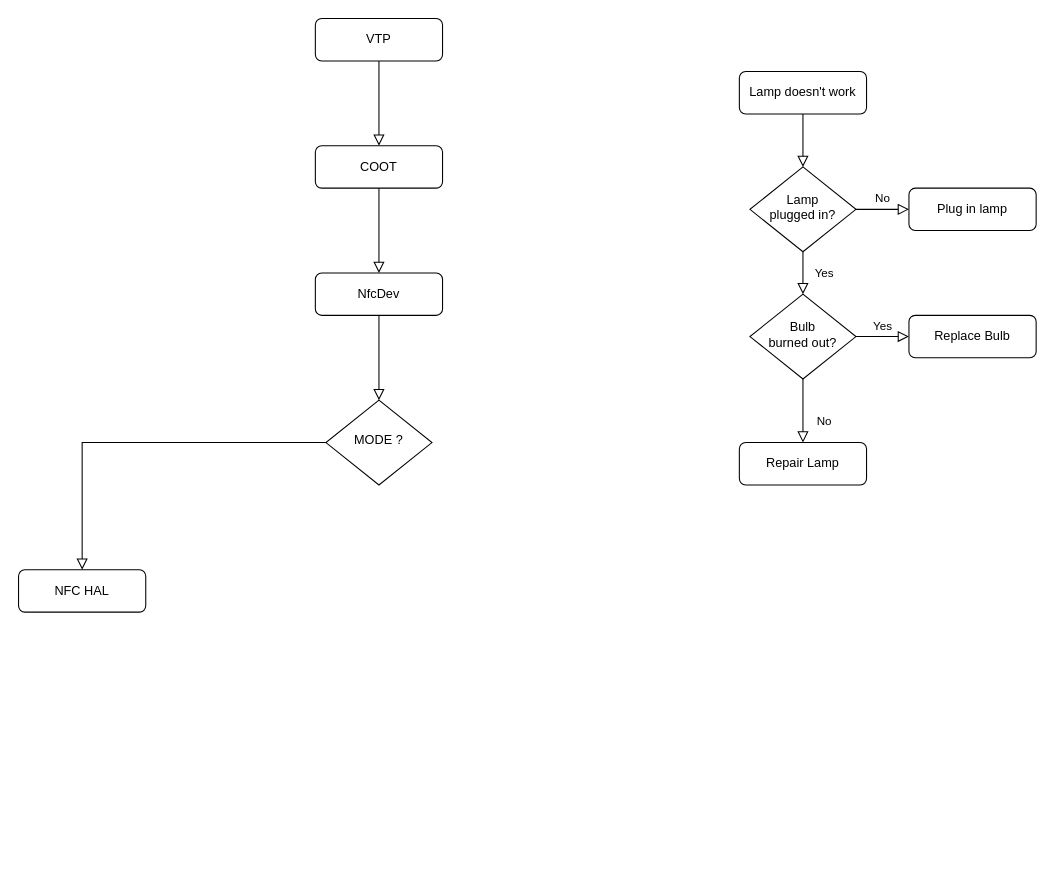
SuperSources/draw.io keeps this draw.io diagram as nfc_flow_chart/NfcDev-COOT.drawio. Above is the earlier version. Source tidied: cells renumbered, new cells numbered last; positions are measured from the earlier drawing's top-left corner, leaving out a move shared by most shapes. Both pictures are drawn from the tidied source at 106%, with x=0, y=0 at pixel (18, 18).
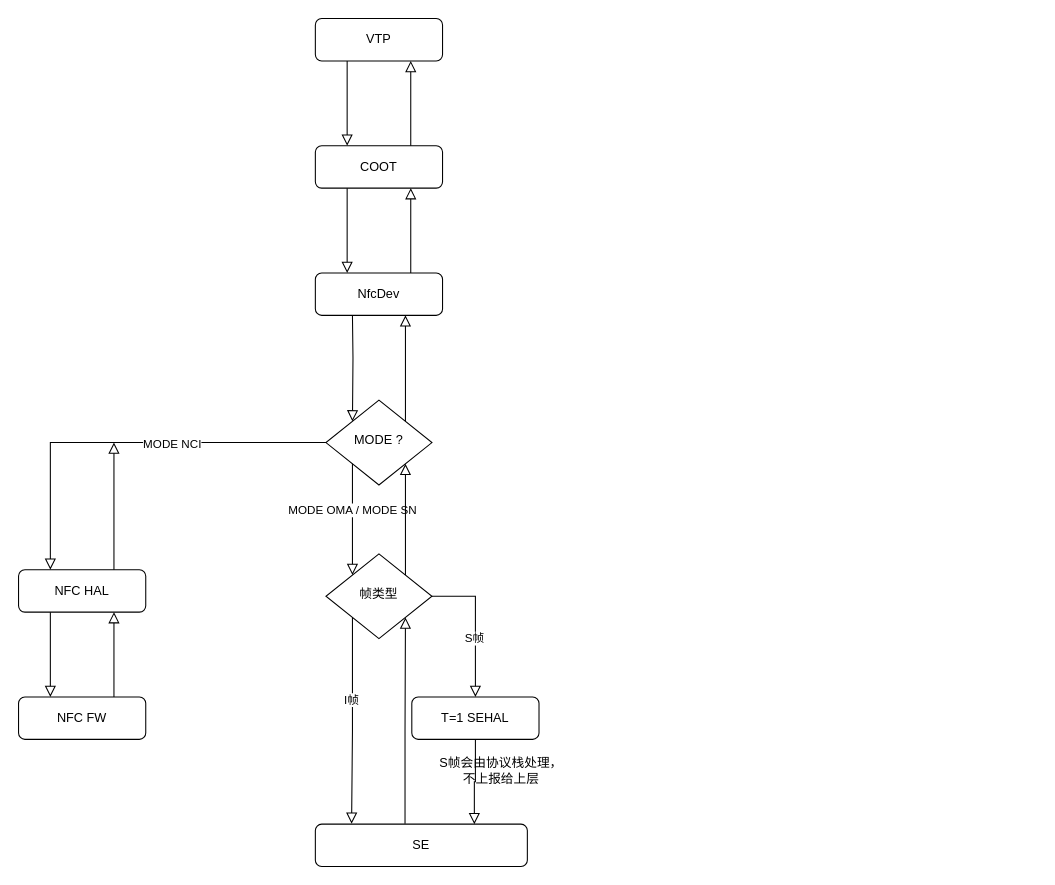
Above is the later version.

The change refers to these unchanged cells:
```xml
<mxCell id="13" value="VTP" style="rounded=1;whiteSpace=wrap;html=1;fontSize=12;glass=0;strokeWidth=1;shadow=0;" parent="1" vertex="1">
  <mxGeometry x="280" width="120" height="40" as="geometry" />
</mxCell>
<mxCell id="14" value="COOT" style="rounded=1;whiteSpace=wrap;html=1;fontSize=12;glass=0;strokeWidth=1;shadow=0;" parent="1" vertex="1">
  <mxGeometry x="280" y="120" width="120" height="40" as="geometry" />
</mxCell>
<mxCell id="15" value="NfcDev" style="rounded=1;whiteSpace=wrap;html=1;fontSize=12;glass=0;strokeWidth=1;shadow=0;" parent="1" vertex="1">
  <mxGeometry x="280" y="240" width="120" height="40" as="geometry" />
</mxCell>
<mxCell id="16" value="MODE ?" style="rhombus;whiteSpace=wrap;html=1;shadow=0;fontFamily=Helvetica;fontSize=12;align=center;strokeWidth=1;spacing=6;spacingTop=-4;" parent="1" vertex="1">
  <mxGeometry x="290" y="360" width="100" height="80" as="geometry" />
</mxCell>
<mxCell id="20" value="NFC HAL" style="rounded=1;whiteSpace=wrap;html=1;fontSize=12;glass=0;strokeWidth=1;shadow=0;" parent="1" vertex="1">
  <mxGeometry y="520" width="120" height="40" as="geometry" />
</mxCell>
```

Diff of the diagram source:
```diff
@@
-    <mxCell id="2" style="rounded=0;html=1;jettySize=auto;fontSize=11;endArrow=block;endFill=0;endSize=8;strokeWidth=1;shadow=0;labelBackgroundColor=none;edgeStyle=orthogonalEdgeStyle;" parent="1" edge="1" source="3" target="6">
-      <mxGeometry relative="1" as="geometry" />
-    </mxCell>
-    <mxCell id="3" value="Lamp doesn't work" style="rounded=1;whiteSpace=wrap;html=1;fontSize=12;glass=0;strokeWidth=1;shadow=0;" parent="1" vertex="1">
-      <mxGeometry x="680" y="50" width="120" height="40" as="geometry" />
-    </mxCell>
-    <mxCell id="4" value="Yes" style="rounded=0;html=1;jettySize=auto;fontSize=11;endArrow=block;endFill=0;endSize=8;strokeWidth=1;shadow=0;labelBackgroundColor=none;edgeStyle=orthogonalEdgeStyle;" parent="1" edge="1" source="6" target="10">
-      <mxGeometry y="20" relative="1" as="geometry" />
-    </mxCell>
-    <mxCell id="5" value="No" style="edgeStyle=orthogonalEdgeStyle;rounded=0;html=1;jettySize=auto;fontSize=11;endArrow=block;endFill=0;endSize=8;strokeWidth=1;shadow=0;labelBackgroundColor=none;" parent="1" edge="1" source="6" target="7">
-      <mxGeometry y="10" relative="1" as="geometry" />
-    </mxCell>
-    <mxCell id="6" value="Lamp&lt;br&gt;plugged in?" style="rhombus;whiteSpace=wrap;html=1;shadow=0;fontFamily=Helvetica;fontSize=12;align=center;strokeWidth=1;spacing=6;spacingTop=-4;" parent="1" vertex="1">
-      <mxGeometry x="690" y="140" width="100" height="80" as="geometry" />
-    </mxCell>
-    <mxCell id="7" value="Plug in lamp" style="rounded=1;whiteSpace=wrap;html=1;fontSize=12;glass=0;strokeWidth=1;shadow=0;" parent="1" vertex="1">
-      <mxGeometry x="840" y="160" width="120" height="40" as="geometry" />
-    </mxCell>
-    <mxCell id="8" value="No" style="rounded=0;html=1;jettySize=auto;fontSize=11;endArrow=block;endFill=0;endSize=8;strokeWidth=1;shadow=0;labelBackgroundColor=none;edgeStyle=orthogonalEdgeStyle;" parent="1" edge="1" source="10" target="11">
-      <mxGeometry x="0.33" y="20" relative="1" as="geometry" />
-    </mxCell>
-    <mxCell id="9" value="Yes" style="edgeStyle=orthogonalEdgeStyle;rounded=0;html=1;jettySize=auto;fontSize=11;endArrow=block;endFill=0;endSize=8;strokeWidth=1;shadow=0;labelBackgroundColor=none;" parent="1" edge="1" source="10" target="12">
-      <mxGeometry y="10" relative="1" as="geometry" />
-    </mxCell>
-    <mxCell id="10" value="Bulb&lt;br&gt;burned out?" style="rhombus;whiteSpace=wrap;html=1;shadow=0;fontFamily=Helvetica;fontSize=12;align=center;strokeWidth=1;spacing=6;spacingTop=-4;" parent="1" vertex="1">
-      <mxGeometry x="690" y="260" width="100" height="80" as="geometry" />
-    </mxCell>
-    <mxCell id="11" value="Repair Lamp" style="rounded=1;whiteSpace=wrap;html=1;fontSize=12;glass=0;strokeWidth=1;shadow=0;" parent="1" vertex="1">
-      <mxGeometry x="680" y="400" width="120" height="40" as="geometry" />
-    </mxCell>
-    <mxCell id="12" value="Replace Bulb" style="rounded=1;whiteSpace=wrap;html=1;fontSize=12;glass=0;strokeWidth=1;shadow=0;" parent="1" vertex="1">
-      <mxGeometry x="840" y="280" width="120" height="40" as="geometry" />
-    </mxCell>
@@
-    <mxCell id="17" style="rounded=0;html=1;jettySize=auto;fontSize=11;endArrow=block;endFill=0;endSize=8;strokeWidth=1;shadow=0;labelBackgroundColor=none;edgeStyle=orthogonalEdgeStyle;exitX=0.5;exitY=1;exitDx=0;exitDy=0;" parent="1" edge="1" source="13" target="14">
+    <mxCell id="17" style="rounded=0;html=1;jettySize=auto;fontSize=11;endArrow=block;endFill=0;endSize=8;strokeWidth=1;shadow=0;labelBackgroundColor=none;edgeStyle=orthogonalEdgeStyle;exitX=0.25;exitY=1;exitDx=0;exitDy=0;entryX=0.25;entryY=0;entryDx=0;entryDy=0;" parent="1" edge="1" source="13" target="14">
       <mxGeometry relative="1" as="geometry" />
     </mxCell>
-    <mxCell id="18" style="rounded=0;html=1;jettySize=auto;fontSize=11;endArrow=block;endFill=0;endSize=8;strokeWidth=1;shadow=0;labelBackgroundColor=none;edgeStyle=orthogonalEdgeStyle;" parent="1" edge="1" source="14" target="15">
+    <mxCell id="18" style="rounded=0;html=1;jettySize=auto;fontSize=11;endArrow=block;endFill=0;endSize=8;strokeWidth=1;shadow=0;labelBackgroundColor=none;edgeStyle=orthogonalEdgeStyle;exitX=0.25;exitY=1;exitDx=0;exitDy=0;entryX=0.25;entryY=0;entryDx=0;entryDy=0;" parent="1" edge="1" source="14" target="15">
       <mxGeometry relative="1" as="geometry" />
     </mxCell>
-    <mxCell id="19" style="rounded=0;html=1;jettySize=auto;fontSize=11;endArrow=block;endFill=0;endSize=8;strokeWidth=1;shadow=0;labelBackgroundColor=none;edgeStyle=orthogonalEdgeStyle;entryX=0.5;entryY=0;entryDx=0;entryDy=0;exitX=0.5;exitY=1;exitDx=0;exitDy=0;" parent="1" edge="1" source="15" target="16">
-      <mxGeometry relative="1" as="geometry" />
+    <mxCell id="19" style="rounded=0;html=1;jettySize=auto;fontSize=11;endArrow=block;endFill=0;endSize=8;strokeWidth=1;shadow=0;labelBackgroundColor=none;edgeStyle=orthogonalEdgeStyle;entryX=0;entryY=0;entryDx=0;entryDy=0;" parent="1" edge="1" target="16">
+      <mxGeometry relative="1" as="geometry">
+        <mxPoint x="315" y="280" as="sourcePoint" />
+      </mxGeometry>
     </mxCell>
@@
-    <mxCell id="21" style="rounded=0;html=1;jettySize=auto;fontSize=11;endArrow=block;endFill=0;endSize=8;strokeWidth=1;shadow=0;labelBackgroundColor=none;edgeStyle=orthogonalEdgeStyle;entryX=0.5;entryY=0;entryDx=0;entryDy=0;exitX=0;exitY=0.5;exitDx=0;exitDy=0;" parent="1" edge="1" source="16" target="20">
+    <mxCell id="21" style="rounded=0;html=1;jettySize=auto;fontSize=11;endArrow=block;endFill=0;endSize=8;strokeWidth=1;shadow=0;labelBackgroundColor=none;edgeStyle=orthogonalEdgeStyle;entryX=0.25;entryY=0;entryDx=0;entryDy=0;exitX=0;exitY=0.5;exitDx=0;exitDy=0;" parent="1" edge="1" source="16" target="20">
       <mxGeometry relative="1" as="geometry" />
     </mxCell>
+    <mxCell id="22" value="MODE NCI" style="edgeLabel;html=1;align=center;verticalAlign=middle;" parent="21" vertex="1">
+      <mxGeometry x="-0.11" y="1" relative="1" as="geometry">
+        <mxPoint x="23" as="offset" />
+      </mxGeometry>
+    </mxCell>
+    <mxCell id="23" value="NFC FW" style="rounded=1;whiteSpace=wrap;html=1;fontSize=12;glass=0;strokeWidth=1;shadow=0;" parent="1" vertex="1">
+      <mxGeometry y="640" width="120" height="40" as="geometry" />
+    </mxCell>
+    <mxCell id="24" style="rounded=0;html=1;jettySize=auto;fontSize=11;endArrow=block;endFill=0;endSize=8;strokeWidth=1;shadow=0;labelBackgroundColor=none;edgeStyle=orthogonalEdgeStyle;entryX=0.25;entryY=0;entryDx=0;entryDy=0;exitX=0.25;exitY=1;exitDx=0;exitDy=0;" parent="1" edge="1" source="20" target="23">
+      <mxGeometry relative="1" as="geometry" />
+    </mxCell>
+    <mxCell id="25" style="rounded=0;html=1;jettySize=auto;fontSize=11;endArrow=block;endFill=0;endSize=8;strokeWidth=1;shadow=0;labelBackgroundColor=none;edgeStyle=orthogonalEdgeStyle;exitX=0.75;exitY=0;exitDx=0;exitDy=0;" parent="1" edge="1" source="20">
+      <mxGeometry relative="1" as="geometry">
+        <mxPoint x="90" y="400" as="targetPoint" />
+      </mxGeometry>
+    </mxCell>
+    <mxCell id="26" style="rounded=0;html=1;jettySize=auto;fontSize=11;endArrow=block;endFill=0;endSize=8;strokeWidth=1;shadow=0;labelBackgroundColor=none;edgeStyle=orthogonalEdgeStyle;exitX=0.75;exitY=0;exitDx=0;exitDy=0;" parent="1" edge="1" source="23">
+      <mxGeometry relative="1" as="geometry">
+        <mxPoint x="90" y="560" as="targetPoint" />
+      </mxGeometry>
+    </mxCell>
+    <mxCell id="27" style="rounded=0;html=1;jettySize=auto;fontSize=11;endArrow=block;endFill=0;endSize=8;strokeWidth=1;shadow=0;labelBackgroundColor=none;edgeStyle=orthogonalEdgeStyle;exitX=0.75;exitY=0;exitDx=0;exitDy=0;entryX=0.75;entryY=1;entryDx=0;entryDy=0;" parent="1" edge="1" source="14" target="13">
+      <mxGeometry relative="1" as="geometry" />
+    </mxCell>
+    <mxCell id="28" style="rounded=0;html=1;jettySize=auto;fontSize=11;endArrow=block;endFill=0;endSize=8;strokeWidth=1;shadow=0;labelBackgroundColor=none;edgeStyle=orthogonalEdgeStyle;exitX=0.75;exitY=0;exitDx=0;exitDy=0;" parent="1" edge="1" source="15">
+      <mxGeometry relative="1" as="geometry">
+        <mxPoint x="370" y="160" as="targetPoint" />
+      </mxGeometry>
+    </mxCell>
+    <mxCell id="29" style="rounded=0;html=1;jettySize=auto;fontSize=11;endArrow=block;endFill=0;endSize=8;strokeWidth=1;shadow=0;labelBackgroundColor=none;edgeStyle=orthogonalEdgeStyle;exitX=1;exitY=0;exitDx=0;exitDy=0;" parent="1" edge="1" source="16">
+      <mxGeometry relative="1" as="geometry">
+        <mxPoint x="365" y="280" as="targetPoint" />
+      </mxGeometry>
+    </mxCell>
+    <mxCell id="30" value="T=1 SEHAL" style="rounded=1;whiteSpace=wrap;html=1;fontSize=12;glass=0;strokeWidth=1;shadow=0;" parent="1" vertex="1">
+      <mxGeometry x="371" y="640" width="120" height="40" as="geometry" />
+    </mxCell>
+    <mxCell id="31" value="帧类型" style="rhombus;whiteSpace=wrap;html=1;shadow=0;fontFamily=Helvetica;fontSize=12;align=center;strokeWidth=1;spacing=6;spacingTop=-4;" parent="1" vertex="1">
+      <mxGeometry x="290" y="505" width="100" height="80" as="geometry" />
+    </mxCell>
+    <mxCell id="32" style="rounded=0;html=1;jettySize=auto;fontSize=11;endArrow=block;endFill=0;endSize=8;strokeWidth=1;shadow=0;labelBackgroundColor=none;edgeStyle=orthogonalEdgeStyle;entryX=0;entryY=0;entryDx=0;entryDy=0;exitX=0;exitY=1;exitDx=0;exitDy=0;" parent="1" edge="1" source="16" target="31">
+      <mxGeometry relative="1" as="geometry" />
+    </mxCell>
+    <mxCell id="33" value="MODE OMA / MODE SN" style="edgeLabel;html=1;align=center;verticalAlign=middle;" parent="32" vertex="1">
+      <mxGeometry x="-0.18" y="-1" relative="1" as="geometry" />
+    </mxCell>
+    <mxCell id="34" style="rounded=0;html=1;jettySize=auto;fontSize=11;endArrow=block;endFill=0;endSize=8;strokeWidth=1;shadow=0;labelBackgroundColor=none;edgeStyle=orthogonalEdgeStyle;exitX=1;exitY=0;exitDx=0;exitDy=0;entryX=1;entryY=1;entryDx=0;entryDy=0;" parent="1" edge="1" source="31" target="16">
+      <mxGeometry relative="1" as="geometry" />
+    </mxCell>
+    <mxCell id="35" value="SE" style="rounded=1;whiteSpace=wrap;html=1;fontSize=12;glass=0;strokeWidth=1;shadow=0;" parent="1" vertex="1">
+      <mxGeometry x="280" y="760" width="200" height="40" as="geometry" />
+    </mxCell>
+    <mxCell id="36" style="rounded=0;html=1;jettySize=auto;fontSize=11;endArrow=block;endFill=0;endSize=8;strokeWidth=1;shadow=0;labelBackgroundColor=none;edgeStyle=orthogonalEdgeStyle;entryX=0.171;entryY=-0.009;entryDx=0;entryDy=0;exitX=0;exitY=1;exitDx=0;exitDy=0;entryPerimeter=0;" parent="1" edge="1" source="31" target="35">
+      <mxGeometry relative="1" as="geometry" />
+    </mxCell>
+    <mxCell id="37" value="I帧" style="edgeLabel;html=1;align=center;verticalAlign=middle;" parent="36" vertex="1">
+      <mxGeometry x="-0.21" y="-2" relative="1" as="geometry" />
+    </mxCell>
+    <mxCell id="38" style="rounded=0;html=1;jettySize=auto;fontSize=11;endArrow=block;endFill=0;endSize=8;strokeWidth=1;shadow=0;labelBackgroundColor=none;edgeStyle=orthogonalEdgeStyle;entryX=1;entryY=1;entryDx=0;entryDy=0;exitX=0.423;exitY=-0.009;exitDx=0;exitDy=0;exitPerimeter=0;" parent="1" edge="1" source="35" target="31">
+      <mxGeometry relative="1" as="geometry" />
+    </mxCell>
+    <mxCell id="39" style="rounded=0;html=1;jettySize=auto;fontSize=11;endArrow=block;endFill=0;endSize=8;strokeWidth=1;shadow=0;labelBackgroundColor=none;edgeStyle=orthogonalEdgeStyle;entryX=0.75;entryY=0;entryDx=0;entryDy=0;exitX=0.5;exitY=1;exitDx=0;exitDy=0;" parent="1" edge="1" source="30" target="35">
+      <mxGeometry relative="1" as="geometry" />
+    </mxCell>
+    <mxCell id="40" style="rounded=0;html=1;jettySize=auto;fontSize=11;endArrow=block;endFill=0;endSize=8;strokeWidth=1;shadow=0;labelBackgroundColor=none;edgeStyle=orthogonalEdgeStyle;entryX=0.5;entryY=0;entryDx=0;entryDy=0;exitX=1;exitY=0.5;exitDx=0;exitDy=0;" parent="1" edge="1" source="31" target="30">
+      <mxGeometry relative="1" as="geometry" />
+    </mxCell>
+    <mxCell id="41" value="S帧" style="edgeLabel;html=1;align=center;verticalAlign=middle;" parent="40" vertex="1">
+      <mxGeometry x="0.17" y="-2" relative="1" as="geometry" />
+    </mxCell>
+    <mxCell id="42" value="S帧会由协议栈处理，&lt;br&gt;不上报给上层" style="text;html=1;align=center;verticalAlign=middle;fillColor=none;strokeColor=none;rounded=0;" parent="1" vertex="1">
+      <mxGeometry x="385" y="690" width="140" height="40" as="geometry" />
+    </mxCell>
```
